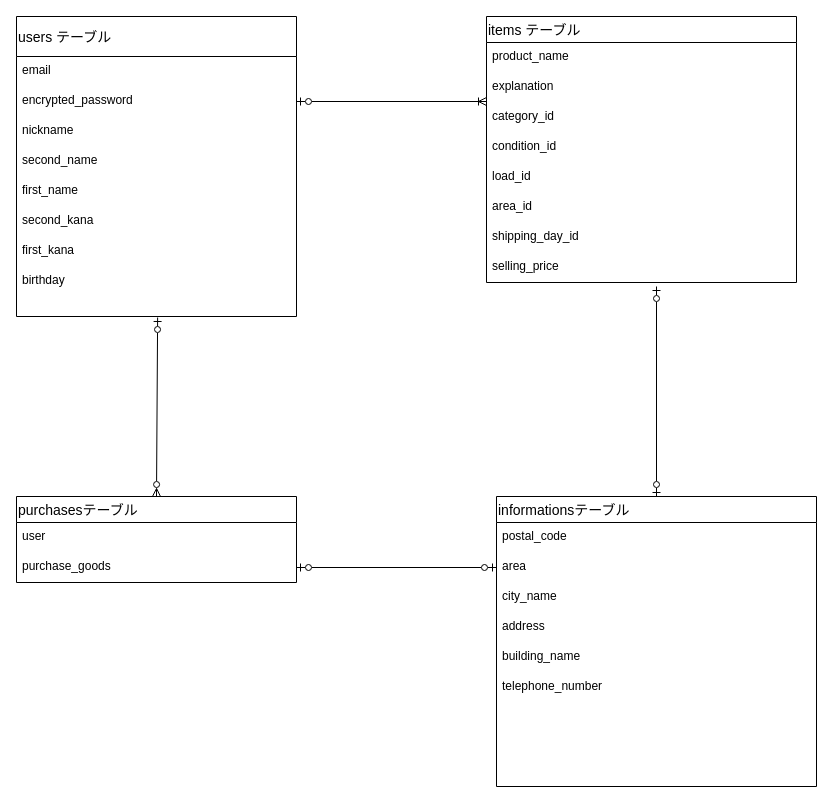
Above: furima.dio in shouskee/furima-37764 (draw.io), before the change. Source tidied: cells renumbered, new cells numbered last; positions are measured from the earlier drawing's top-left corner, leaving out a move shared by most shapes. Both pictures are drawn from the tidied source at 100%, with x=0, y=0 at pixel (16, 16).
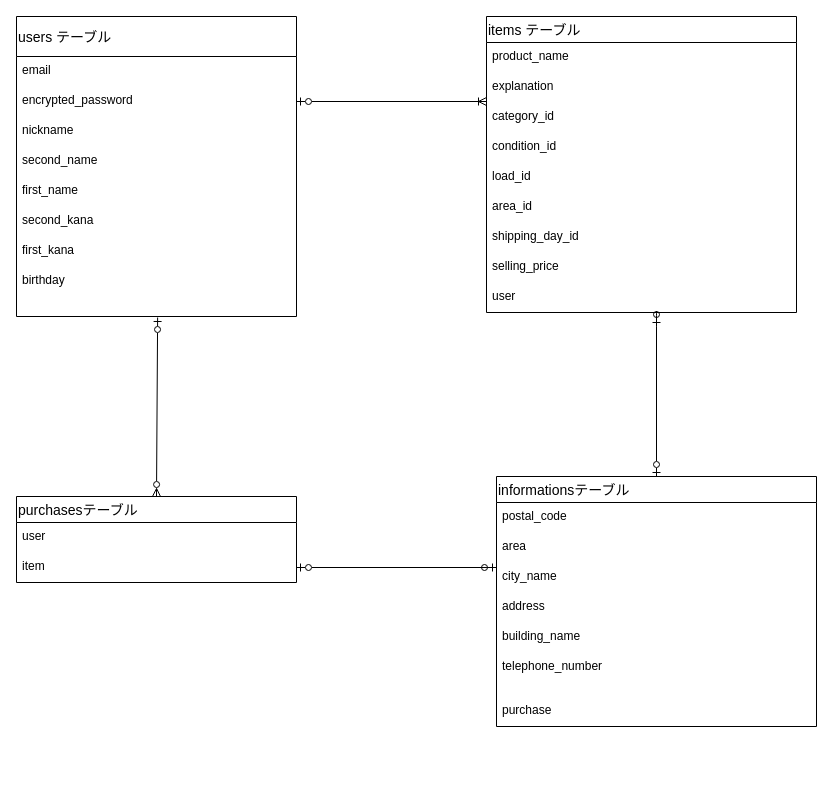
Above is the later version.

Commit message (it also covers changes not shown here):
データベース設計訂正

The change refers to these unchanged cells:
```xml
<mxCell id="21" value="purchasesテーブル" style="swimlane;fontStyle=0;horizontal=1;startSize=26;align=left;fontSize=14;" parent="1" vertex="1">
  <mxGeometry y="480" width="280" height="86" as="geometry" />
</mxCell>
<mxCell id="27" value="area" style="text;strokeColor=none;fillColor=none;spacingLeft=4;spacingRight=4;overflow=hidden;points=[[0,0.5],[1,0.5]];portConstraint=eastwest;fontSize=12;" parent="25" vertex="1">
  <mxGeometry y="56" width="320" height="30" as="geometry" />
</mxCell>
```

Change to the diagram source:
```diff
@@
     <mxCell id="12" value="items テーブル" style="swimlane;fontStyle=0;horizontal=1;startSize=26;align=left;fontSize=14;" parent="1" vertex="1">
-      <mxGeometry x="470" width="310" height="266" as="geometry" />
+      <mxGeometry x="470" width="310" height="296" as="geometry" />
     </mxCell>
@@
+    <mxCell id="34" value="user" style="text;strokeColor=none;fillColor=none;spacingLeft=4;spacingRight=4;overflow=hidden;fontSize=12;" parent="12" vertex="1">
+      <mxGeometry y="266" width="310" height="30" as="geometry" />
+    </mxCell>
@@
-    <mxCell id="23" value="purchase_goods" style="text;strokeColor=none;fillColor=none;spacingLeft=4;spacingRight=4;overflow=hidden;points=[[0,0.5],[1,0.5]];portConstraint=eastwest;fontSize=12;" parent="21" vertex="1">
+    <mxCell id="23" value="item" style="text;strokeColor=none;fillColor=none;spacingLeft=4;spacingRight=4;overflow=hidden;points=[[0,0.5],[1,0.5]];portConstraint=eastwest;fontSize=12;" parent="21" vertex="1">
       <mxGeometry y="56" width="280" height="30" as="geometry" />
     </mxCell>
     <mxCell id="24" style="edgeStyle=none;html=1;exitX=0.5;exitY=0;exitDx=0;exitDy=0;startArrow=ERzeroToOne;startFill=0;endArrow=ERzeroToOne;endFill=0;" parent="1" edge="1" source="25">
       <mxGeometry relative="1" as="geometry">
-        <mxPoint x="640" y="270" as="targetPoint" />
+        <mxPoint x="640" y="310" as="targetPoint" />
+        <Array as="points">
+          <mxPoint x="640" y="300" />
+        </Array>
       </mxGeometry>
     </mxCell>
     <mxCell id="25" value="informationsテーブル" style="swimlane;fontStyle=0;horizontal=1;startSize=26;align=left;fontSize=14;" parent="1" vertex="1">
-      <mxGeometry x="480" y="480" width="320" height="290" as="geometry" />
+      <mxGeometry x="480" y="460" width="320" height="250" as="geometry" />
     </mxCell>
@@
     <mxCell id="31" value="telephone_number" style="text;strokeColor=none;fillColor=none;spacingLeft=4;spacingRight=4;overflow=hidden;fontSize=12;" parent="25" vertex="1">
-      <mxGeometry y="176" width="320" height="114" as="geometry" />
+      <mxGeometry y="176" width="320" height="44" as="geometry" />
     </mxCell>
+    <mxCell id="35" value="purchase" style="text;strokeColor=none;fillColor=none;spacingLeft=4;spacingRight=4;overflow=hidden;fontSize=12;" parent="25" vertex="1">
+      <mxGeometry y="220" width="320" height="30" as="geometry" />
+    </mxCell>
@@
-    <mxCell id="33" style="edgeStyle=none;html=1;exitX=0;exitY=0.5;exitDx=0;exitDy=0;entryX=1;entryY=0.5;entryDx=0;entryDy=0;startArrow=ERzeroToOne;startFill=0;endArrow=ERzeroToOne;endFill=0;" parent="1" edge="1" source="27" target="23">
-      <mxGeometry relative="1" as="geometry" />
+    <mxCell id="33" style="edgeStyle=none;html=1;entryX=1;entryY=0.5;entryDx=0;entryDy=0;startArrow=ERzeroToOne;startFill=0;endArrow=ERzeroToOne;endFill=0;" parent="1" edge="1" target="23">
+      <mxGeometry relative="1" as="geometry">
+        <mxPoint x="480" y="551" as="sourcePoint" />
+        <Array as="points">
+          <mxPoint x="460" y="551" />
+          <mxPoint x="480" y="551" />
+        </Array>
+      </mxGeometry>
     </mxCell>
```
